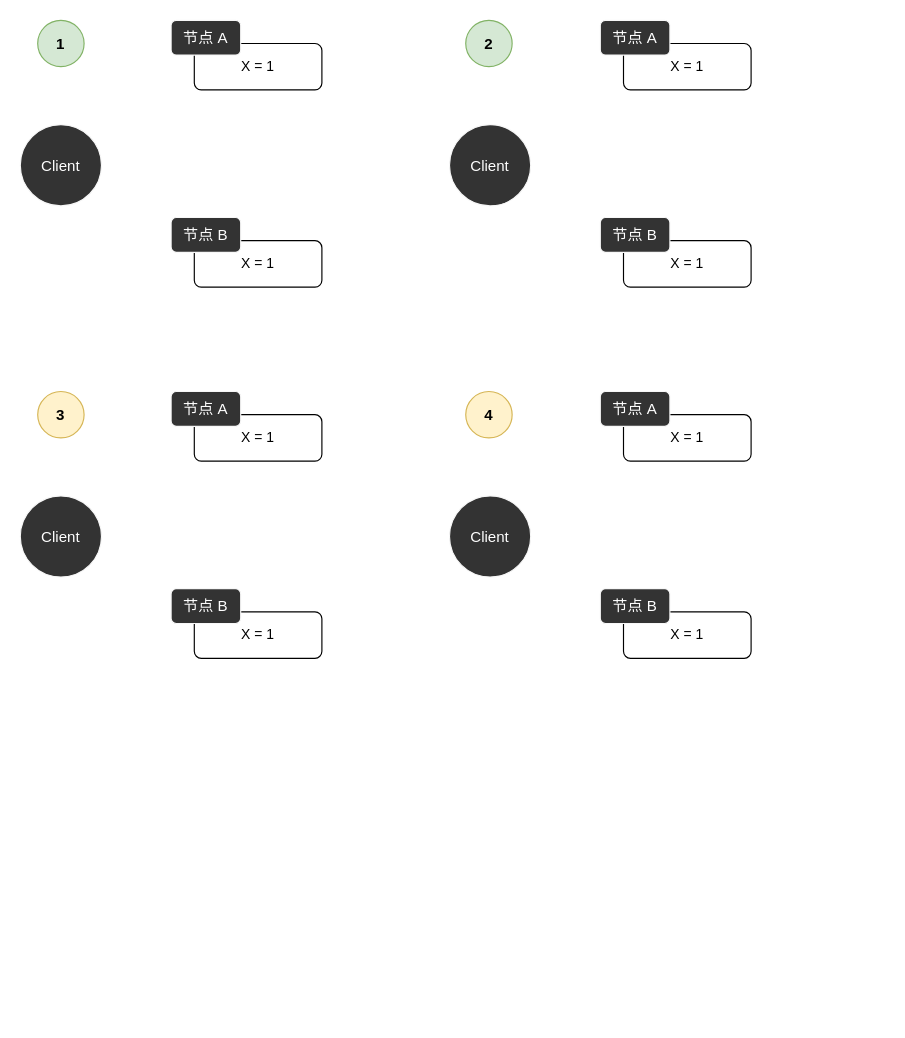
Above: 分布式/Untitled Diagram.drawio in ming3000/draw_io (draw.io), before the change. Source tidied: cells renumbered, new cells numbered last; positions are measured from the earlier drawing's top-left corner, leaving out a move shared by most shapes. Both pictures are drawn from the tidied source at 116%, with x=0, y=0 at pixel (20, 20).
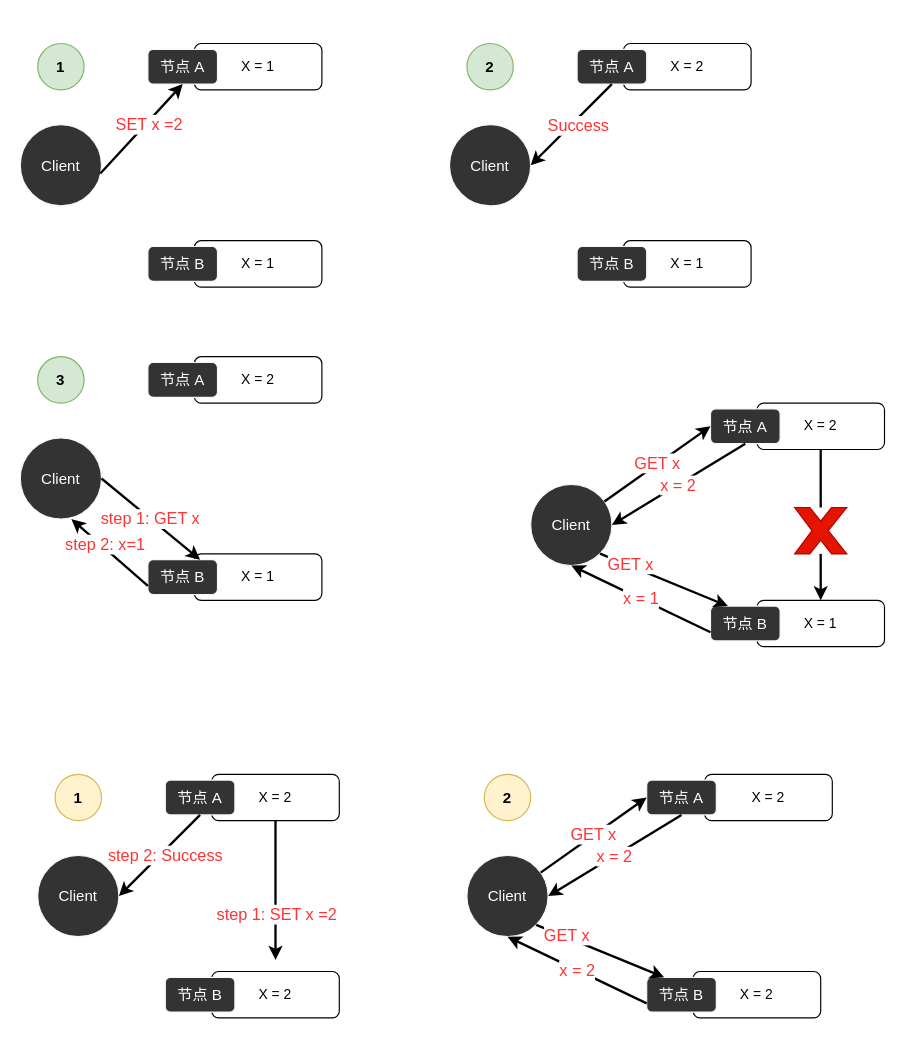
The same page after the edit.

Unchanged cells that the change refers to:
```xml
<mxCell id="6" value="Client" style="ellipse;whiteSpace=wrap;html=1;fontSize=13;fontColor=#FFFFFF;strokeColor=#F7F7F7;fillColor=#333333;" parent="1" vertex="1">
  <mxGeometry y="90" width="70" height="70" as="geometry" />
</mxCell>
<mxCell id="11" value="Client" style="ellipse;whiteSpace=wrap;html=1;fontSize=13;fontColor=#FFFFFF;strokeColor=#F7F7F7;fillColor=#333333;" parent="1" vertex="1">
  <mxGeometry x="370" y="90" width="70" height="70" as="geometry" />
</mxCell>
```

Diff of the diagram source:
```diff
@@
     <mxCell id="3" value="节点 A" style="rounded=1;whiteSpace=wrap;html=1;fillColor=#333333;strokeColor=#F7F7F7;fontColor=#FFFFFF;fontSize=13;" parent="1" vertex="1">
-      <mxGeometry x="130" width="60" height="30" as="geometry" />
+      <mxGeometry x="110" y="25" width="60" height="30" as="geometry" />
     </mxCell>
@@
     <mxCell id="5" value="节点 B" style="rounded=1;whiteSpace=wrap;html=1;fillColor=#333333;strokeColor=#F7F7F7;fontColor=#FFFFFF;fontSize=13;" parent="1" vertex="1">
-      <mxGeometry x="130" y="170" width="60" height="30" as="geometry" />
+      <mxGeometry x="110" y="195" width="60" height="30" as="geometry" />
     </mxCell>
@@
-    <mxCell id="7" value="X = 1" style="rounded=1;whiteSpace=wrap;html=1;" parent="1" vertex="1">
+    <mxCell id="7" value="X = 2" style="rounded=1;whiteSpace=wrap;html=1;" parent="1" vertex="1">
       <mxGeometry x="520" y="20" width="110" height="40" as="geometry" />
     </mxCell>
     <mxCell id="8" value="节点 A" style="rounded=1;whiteSpace=wrap;html=1;fillColor=#333333;strokeColor=#F7F7F7;fontColor=#FFFFFF;fontSize=13;" parent="1" vertex="1">
-      <mxGeometry x="500" width="60" height="30" as="geometry" />
+      <mxGeometry x="480" y="25" width="60" height="30" as="geometry" />
     </mxCell>
@@
     <mxCell id="10" value="节点 B" style="rounded=1;whiteSpace=wrap;html=1;fillColor=#333333;strokeColor=#F7F7F7;fontColor=#FFFFFF;fontSize=13;" parent="1" vertex="1">
-      <mxGeometry x="500" y="170" width="60" height="30" as="geometry" />
+      <mxGeometry x="480" y="195" width="60" height="30" as="geometry" />
     </mxCell>
@@
     <mxCell id="12" value="1" style="ellipse;whiteSpace=wrap;html=1;fontSize=13;strokeColor=#82b366;fillColor=#d5e8d4;fontStyle=1;" parent="1" vertex="1">
-      <mxGeometry x="15" width="40" height="40" as="geometry" />
+      <mxGeometry x="15" y="20" width="40" height="40" as="geometry" />
     </mxCell>
     <mxCell id="13" value="2" style="ellipse;whiteSpace=wrap;html=1;fontSize=13;strokeColor=#82b366;fillColor=#d5e8d4;fontStyle=1;" parent="1" vertex="1">
-      <mxGeometry x="384" width="40" height="40" as="geometry" />
+      <mxGeometry x="385" y="20" width="40" height="40" as="geometry" />
     </mxCell>
-    <mxCell id="14" value="X = 1" style="rounded=1;whiteSpace=wrap;html=1;" parent="1" vertex="1">
-      <mxGeometry x="150" y="340" width="110" height="40" as="geometry" />
+    <mxCell id="14" value="X = 2" style="rounded=1;whiteSpace=wrap;html=1;" parent="1" vertex="1">
+      <mxGeometry x="150" y="290" width="110" height="40" as="geometry" />
     </mxCell>
     <mxCell id="15" value="节点 A" style="rounded=1;whiteSpace=wrap;html=1;fillColor=#333333;strokeColor=#F7F7F7;fontColor=#FFFFFF;fontSize=13;" parent="1" vertex="1">
-      <mxGeometry x="130" y="320" width="60" height="30" as="geometry" />
+      <mxGeometry x="110" y="295" width="60" height="30" as="geometry" />
     </mxCell>
     <mxCell id="16" value="X = 1" style="rounded=1;whiteSpace=wrap;html=1;" parent="1" vertex="1">
-      <mxGeometry x="150" y="510" width="110" height="40" as="geometry" />
+      <mxGeometry x="150" y="460" width="110" height="40" as="geometry" />
     </mxCell>
     <mxCell id="17" value="节点 B" style="rounded=1;whiteSpace=wrap;html=1;fillColor=#333333;strokeColor=#F7F7F7;fontColor=#FFFFFF;fontSize=13;" parent="1" vertex="1">
-      <mxGeometry x="130" y="490" width="60" height="30" as="geometry" />
+      <mxGeometry x="110" y="465" width="60" height="30" as="geometry" />
     </mxCell>
     <mxCell id="18" value="Client" style="ellipse;whiteSpace=wrap;html=1;fontSize=13;fontColor=#FFFFFF;strokeColor=#F7F7F7;fillColor=#333333;" parent="1" vertex="1">
-      <mxGeometry y="410" width="70" height="70" as="geometry" />
+      <mxGeometry y="360" width="70" height="70" as="geometry" />
     </mxCell>
-    <mxCell id="19" value="X = 1" style="rounded=1;whiteSpace=wrap;html=1;" parent="1" vertex="1">
-      <mxGeometry x="520" y="340" width="110" height="40" as="geometry" />
-    </mxCell>
-    <mxCell id="20" value="节点 A" style="rounded=1;whiteSpace=wrap;html=1;fillColor=#333333;strokeColor=#F7F7F7;fontColor=#FFFFFF;fontSize=13;" parent="1" vertex="1">
-      <mxGeometry x="500" y="320" width="60" height="30" as="geometry" />
-    </mxCell>
-    <mxCell id="21" value="X = 1" style="rounded=1;whiteSpace=wrap;html=1;" parent="1" vertex="1">
-      <mxGeometry x="520" y="510" width="110" height="40" as="geometry" />
-    </mxCell>
-    <mxCell id="22" value="节点 B" style="rounded=1;whiteSpace=wrap;html=1;fillColor=#333333;strokeColor=#F7F7F7;fontColor=#FFFFFF;fontSize=13;" parent="1" vertex="1">
-      <mxGeometry x="500" y="490" width="60" height="30" as="geometry" />
-    </mxCell>
-    <mxCell id="23" value="Client" style="ellipse;whiteSpace=wrap;html=1;fontSize=13;fontColor=#FFFFFF;strokeColor=#F7F7F7;fillColor=#333333;" parent="1" vertex="1">
-      <mxGeometry x="370" y="410" width="70" height="70" as="geometry" />
-    </mxCell>
-    <mxCell id="24" value="3" style="ellipse;whiteSpace=wrap;html=1;fontSize=13;strokeColor=#d6b656;fillColor=#fff2cc;fontStyle=1;" parent="1" vertex="1">
-      <mxGeometry x="15" y="320" width="40" height="40" as="geometry" />
+    <mxCell id="24" value="3" style="ellipse;whiteSpace=wrap;html=1;fontSize=13;strokeColor=#82b366;fillColor=#d5e8d4;fontStyle=1;" parent="1" vertex="1">
+      <mxGeometry x="15" y="290" width="40" height="40" as="geometry" />
     </mxCell>
-    <mxCell id="25" value="4" style="ellipse;whiteSpace=wrap;html=1;fontSize=13;strokeColor=#d6b656;fillColor=#fff2cc;fontStyle=1;" parent="1" vertex="1">
-      <mxGeometry x="384" y="320" width="40" height="40" as="geometry" />
-    </mxCell>
+    <mxCell id="26" style="endArrow=classic;html=1;rounded=0;fontSize=13;fontColor=#FFFFFF;strokeWidth=2;exitX=0.986;exitY=0.6;exitDx=0;exitDy=0;exitPerimeter=0;entryX=0.5;entryY=1;entryDx=0;entryDy=0;" parent="1" edge="1" source="6" target="3">
+      <mxGeometry relative="1" as="geometry" />
+    </mxCell>
+    <mxCell id="27" value="SET x =2" style="edgeLabel;html=1;align=center;verticalAlign=middle;fontSize=14;fontColor=#FF3333;" parent="26" vertex="1">
+      <mxGeometry x="0.22" y="3" relative="1" as="geometry">
+        <mxPoint y="7" as="offset" />
+      </mxGeometry>
+    </mxCell>
+    <mxCell id="28" style="endArrow=classic;html=1;rounded=0;fontSize=13;fontColor=#FF3333;strokeWidth=2;exitX=0.5;exitY=1;exitDx=0;exitDy=0;entryX=1;entryY=0.5;entryDx=0;entryDy=0;" parent="1" edge="1" source="8" target="11">
+      <mxGeometry relative="1" as="geometry" />
+    </mxCell>
+    <mxCell id="29" value="Success" style="edgeLabel;html=1;align=center;verticalAlign=middle;fontSize=14;fontColor=#FF3333;" parent="28" vertex="1">
+      <mxGeometry x="0.27" y="4" relative="1" as="geometry">
+        <mxPoint x="12" y="-12" as="offset" />
+      </mxGeometry>
+    </mxCell>
+    <mxCell id="30" value="step 1: GET x" style="endArrow=classic;html=1;rounded=0;fontSize=14;fontColor=#FF3333;strokeWidth=2;exitX=1;exitY=0.5;exitDx=0;exitDy=0;entryX=0.75;entryY=0;entryDx=0;entryDy=0;" parent="1" edge="1" source="18" target="17">
+      <mxGeometry relative="1" as="geometry" />
+    </mxCell>
+    <mxCell id="31" style="endArrow=classic;html=1;rounded=0;fontSize=14;fontColor=#FF3333;strokeWidth=2;exitX=0;exitY=0.75;exitDx=0;exitDy=0;entryX=0.629;entryY=1;entryDx=0;entryDy=0;entryPerimeter=0;" parent="1" edge="1" source="17" target="18">
+      <mxGeometry relative="1" as="geometry" />
+    </mxCell>
+    <mxCell id="32" value="step 2: x=1" style="edgeLabel;html=1;align=center;verticalAlign=middle;fontSize=14;fontColor=#FF3333;" parent="31" vertex="1">
+      <mxGeometry x="0.19" y="-3" relative="1" as="geometry" />
+    </mxCell>
+    <mxCell id="33" value="X = 2" style="rounded=1;whiteSpace=wrap;html=1;" parent="1" vertex="1">
+      <mxGeometry x="165" y="650" width="110" height="40" as="geometry" />
+    </mxCell>
+    <mxCell id="34" value="节点 A" style="rounded=1;whiteSpace=wrap;html=1;fillColor=#333333;strokeColor=#F7F7F7;fontColor=#FFFFFF;fontSize=13;" parent="1" vertex="1">
+      <mxGeometry x="125" y="655" width="60" height="30" as="geometry" />
+    </mxCell>
+    <mxCell id="35" value="X = 2" style="rounded=1;whiteSpace=wrap;html=1;" parent="1" vertex="1">
+      <mxGeometry x="165" y="820" width="110" height="40" as="geometry" />
+    </mxCell>
+    <mxCell id="36" value="节点 B" style="rounded=1;whiteSpace=wrap;html=1;fillColor=#333333;strokeColor=#F7F7F7;fontColor=#FFFFFF;fontSize=13;" parent="1" vertex="1">
+      <mxGeometry x="125" y="825" width="60" height="30" as="geometry" />
+    </mxCell>
+    <mxCell id="37" value="Client" style="ellipse;whiteSpace=wrap;html=1;fontSize=13;fontColor=#FFFFFF;strokeColor=#F7F7F7;fillColor=#333333;" parent="1" vertex="1">
+      <mxGeometry x="15" y="720" width="70" height="70" as="geometry" />
+    </mxCell>
+    <mxCell id="38" value="X = 2" style="rounded=1;whiteSpace=wrap;html=1;" parent="1" vertex="1">
+      <mxGeometry x="590" y="650" width="110" height="40" as="geometry" />
+    </mxCell>
+    <mxCell id="39" value="节点 A" style="rounded=1;whiteSpace=wrap;html=1;fillColor=#333333;strokeColor=#F7F7F7;fontColor=#FFFFFF;fontSize=13;" parent="1" vertex="1">
+      <mxGeometry x="540" y="655" width="60" height="30" as="geometry" />
+    </mxCell>
+    <mxCell id="40" value="X = 2" style="rounded=1;whiteSpace=wrap;html=1;" parent="1" vertex="1">
+      <mxGeometry x="580" y="820" width="110" height="40" as="geometry" />
+    </mxCell>
+    <mxCell id="41" value="节点 B" style="rounded=1;whiteSpace=wrap;html=1;fillColor=#333333;strokeColor=#F7F7F7;fontColor=#FFFFFF;fontSize=13;" parent="1" vertex="1">
+      <mxGeometry x="540" y="825" width="60" height="30" as="geometry" />
+    </mxCell>
+    <mxCell id="42" value="Client" style="ellipse;whiteSpace=wrap;html=1;fontSize=13;fontColor=#FFFFFF;strokeColor=#F7F7F7;fillColor=#333333;" parent="1" vertex="1">
+      <mxGeometry x="385" y="720" width="70" height="70" as="geometry" />
+    </mxCell>
+    <mxCell id="43" value="1" style="ellipse;whiteSpace=wrap;html=1;fontSize=13;strokeColor=#d6b656;fillColor=#fff2cc;fontStyle=1;" parent="1" vertex="1">
+      <mxGeometry x="30" y="650" width="40" height="40" as="geometry" />
+    </mxCell>
+    <mxCell id="44" value="2" style="ellipse;whiteSpace=wrap;html=1;fontSize=13;strokeColor=#d6b656;fillColor=#fff2cc;fontStyle=1;" parent="1" vertex="1">
+      <mxGeometry x="400" y="650" width="40" height="40" as="geometry" />
+    </mxCell>
+    <mxCell id="45" style="endArrow=classic;html=1;rounded=0;fontSize=13;fontColor=#FFFFFF;strokeWidth=2;exitX=0.5;exitY=1;exitDx=0;exitDy=0;entryX=1;entryY=0.5;entryDx=0;entryDy=0;" parent="1" edge="1" source="34" target="37">
+      <mxGeometry relative="1" as="geometry" />
+    </mxCell>
+    <mxCell id="46" value="step 2: Success" style="edgeLabel;html=1;align=center;verticalAlign=middle;fontSize=14;fontColor=#FF3333;" parent="45" vertex="1">
+      <mxGeometry x="0.22" y="3" relative="1" as="geometry">
+        <mxPoint x="10" y="-10" as="offset" />
+      </mxGeometry>
+    </mxCell>
+    <mxCell id="47" style="endArrow=classic;html=1;rounded=0;fontSize=13;fontColor=#FF3333;strokeWidth=2;exitX=0.5;exitY=1;exitDx=0;exitDy=0;entryX=1;entryY=0.5;entryDx=0;entryDy=0;" parent="1" edge="1" source="39" target="42">
+      <mxGeometry relative="1" as="geometry" />
+    </mxCell>
+    <mxCell id="48" value="x = 2" style="edgeLabel;html=1;align=center;verticalAlign=middle;fontSize=14;fontColor=#FF3333;" parent="47" vertex="1">
+      <mxGeometry x="0.27" y="4" relative="1" as="geometry">
+        <mxPoint x="12" y="-12" as="offset" />
+      </mxGeometry>
+    </mxCell>
+    <mxCell id="49" style="endArrow=classic;html=1;rounded=0;fontSize=14;fontColor=#FF3333;strokeWidth=2;exitX=0.5;exitY=1;exitDx=0;exitDy=0;" parent="1" edge="1" source="33">
+      <mxGeometry relative="1" as="geometry">
+        <mxPoint x="220" y="810" as="targetPoint" />
+      </mxGeometry>
+    </mxCell>
+    <mxCell id="50" value="step 1: SET x =2" style="edgeLabel;html=1;align=center;verticalAlign=middle;fontSize=14;fontColor=#FF3333;" parent="49" vertex="1">
+      <mxGeometry x="-0.15" y="3" relative="1" as="geometry">
+        <mxPoint x="-3" y="29" as="offset" />
+      </mxGeometry>
+    </mxCell>
+    <mxCell id="51" value="x = 2" style="endArrow=classic;html=1;rounded=0;fontSize=14;fontColor=#FF3333;strokeWidth=2;exitX=0;exitY=0.75;exitDx=0;exitDy=0;entryX=0.5;entryY=1;entryDx=0;entryDy=0;" parent="1" edge="1" source="41" target="42">
+      <mxGeometry relative="1" as="geometry" />
+    </mxCell>
+    <mxCell id="52" value="GET x" style="endArrow=classic;html=1;rounded=0;fontSize=14;fontColor=#FF3333;strokeWidth=2;entryX=0;entryY=0.5;entryDx=0;entryDy=0;" parent="1" edge="1" source="42" target="39">
+      <mxGeometry relative="1" as="geometry" />
+    </mxCell>
+    <mxCell id="53" style="endArrow=classic;html=1;rounded=0;fontSize=14;fontColor=#FF3333;strokeWidth=2;exitX=1;exitY=1;exitDx=0;exitDy=0;entryX=0.25;entryY=0;entryDx=0;entryDy=0;" parent="1" edge="1" source="42" target="41">
+      <mxGeometry relative="1" as="geometry" />
+    </mxCell>
+    <mxCell id="54" value="GET x" style="edgeLabel;html=1;align=center;verticalAlign=middle;fontSize=14;fontColor=#FF3333;" parent="53" vertex="1">
+      <mxGeometry x="-0.55" y="2" relative="1" as="geometry" />
+    </mxCell>
+    <mxCell id="55" value="X = 2" style="rounded=1;whiteSpace=wrap;html=1;" parent="1" vertex="1">
+      <mxGeometry x="635" y="330" width="110" height="40" as="geometry" />
+    </mxCell>
+    <mxCell id="56" value="节点 A" style="rounded=1;whiteSpace=wrap;html=1;fillColor=#333333;strokeColor=#F7F7F7;fontColor=#FFFFFF;fontSize=13;" parent="1" vertex="1">
+      <mxGeometry x="595" y="335" width="60" height="30" as="geometry" />
+    </mxCell>
+    <mxCell id="57" value="X = 1" style="rounded=1;whiteSpace=wrap;html=1;" parent="1" vertex="1">
+      <mxGeometry x="635" y="500" width="110" height="40" as="geometry" />
+    </mxCell>
+    <mxCell id="58" value="节点 B" style="rounded=1;whiteSpace=wrap;html=1;fillColor=#333333;strokeColor=#F7F7F7;fontColor=#FFFFFF;fontSize=13;" parent="1" vertex="1">
+      <mxGeometry x="595" y="505" width="60" height="30" as="geometry" />
+    </mxCell>
+    <mxCell id="59" value="Client" style="ellipse;whiteSpace=wrap;html=1;fontSize=13;fontColor=#FFFFFF;strokeColor=#F7F7F7;fillColor=#333333;" parent="1" vertex="1">
+      <mxGeometry x="440" y="400" width="70" height="70" as="geometry" />
+    </mxCell>
+    <mxCell id="60" style="endArrow=classic;html=1;rounded=0;fontSize=13;fontColor=#FF3333;strokeWidth=2;exitX=0.5;exitY=1;exitDx=0;exitDy=0;entryX=1;entryY=0.5;entryDx=0;entryDy=0;" parent="1" edge="1" source="56" target="59">
+      <mxGeometry relative="1" as="geometry" />
+    </mxCell>
+    <mxCell id="61" value="x = 2" style="edgeLabel;html=1;align=center;verticalAlign=middle;fontSize=14;fontColor=#FF3333;" parent="60" vertex="1">
+      <mxGeometry x="0.27" y="4" relative="1" as="geometry">
+        <mxPoint x="12" y="-12" as="offset" />
+      </mxGeometry>
+    </mxCell>
+    <mxCell id="62" value="x = 1" style="endArrow=classic;html=1;rounded=0;fontSize=14;fontColor=#FF3333;strokeWidth=2;exitX=0;exitY=0.75;exitDx=0;exitDy=0;entryX=0.5;entryY=1;entryDx=0;entryDy=0;" parent="1" edge="1" source="58" target="59">
+      <mxGeometry relative="1" as="geometry" />
+    </mxCell>
+    <mxCell id="63" value="GET x" style="endArrow=classic;html=1;rounded=0;fontSize=14;fontColor=#FF3333;strokeWidth=2;entryX=0;entryY=0.5;entryDx=0;entryDy=0;" parent="1" edge="1" source="59" target="56">
+      <mxGeometry relative="1" as="geometry" />
+    </mxCell>
+    <mxCell id="64" style="endArrow=classic;html=1;rounded=0;fontSize=14;fontColor=#FF3333;strokeWidth=2;exitX=1;exitY=1;exitDx=0;exitDy=0;entryX=0.25;entryY=0;entryDx=0;entryDy=0;" parent="1" edge="1" source="59" target="58">
+      <mxGeometry relative="1" as="geometry" />
+    </mxCell>
+    <mxCell id="65" value="GET x" style="edgeLabel;html=1;align=center;verticalAlign=middle;fontSize=14;fontColor=#FF3333;" parent="64" vertex="1">
+      <mxGeometry x="-0.55" y="2" relative="1" as="geometry" />
+    </mxCell>
+    <mxCell id="66" style="endArrow=classic;html=1;rounded=0;fontSize=14;fontColor=#FF3333;strokeWidth=2;exitX=0.5;exitY=1;exitDx=0;exitDy=0;entryX=0.5;entryY=0;entryDx=0;entryDy=0;startArrow=none;" parent="1" edge="1" source="67" target="57">
+      <mxGeometry relative="1" as="geometry" />
+    </mxCell>
+    <mxCell id="67" style="verticalLabelPosition=bottom;verticalAlign=top;html=1;shape=mxgraph.basic.x;fontSize=14;fontColor=#ffffff;strokeColor=#B20000;fillColor=#e51400;" parent="1" vertex="1">
+      <mxGeometry x="667.5" y="420" width="45" height="40" as="geometry" />
+    </mxCell>
+    <mxCell id="68" style="endArrow=none;html=1;rounded=0;fontSize=14;fontColor=#FF3333;strokeWidth=2;exitX=0.5;exitY=1;exitDx=0;exitDy=0;entryX=0.5;entryY=0;entryDx=0;entryDy=0;" parent="1" edge="1" source="55" target="67">
+      <mxGeometry relative="1" as="geometry" />
+    </mxCell>
```
